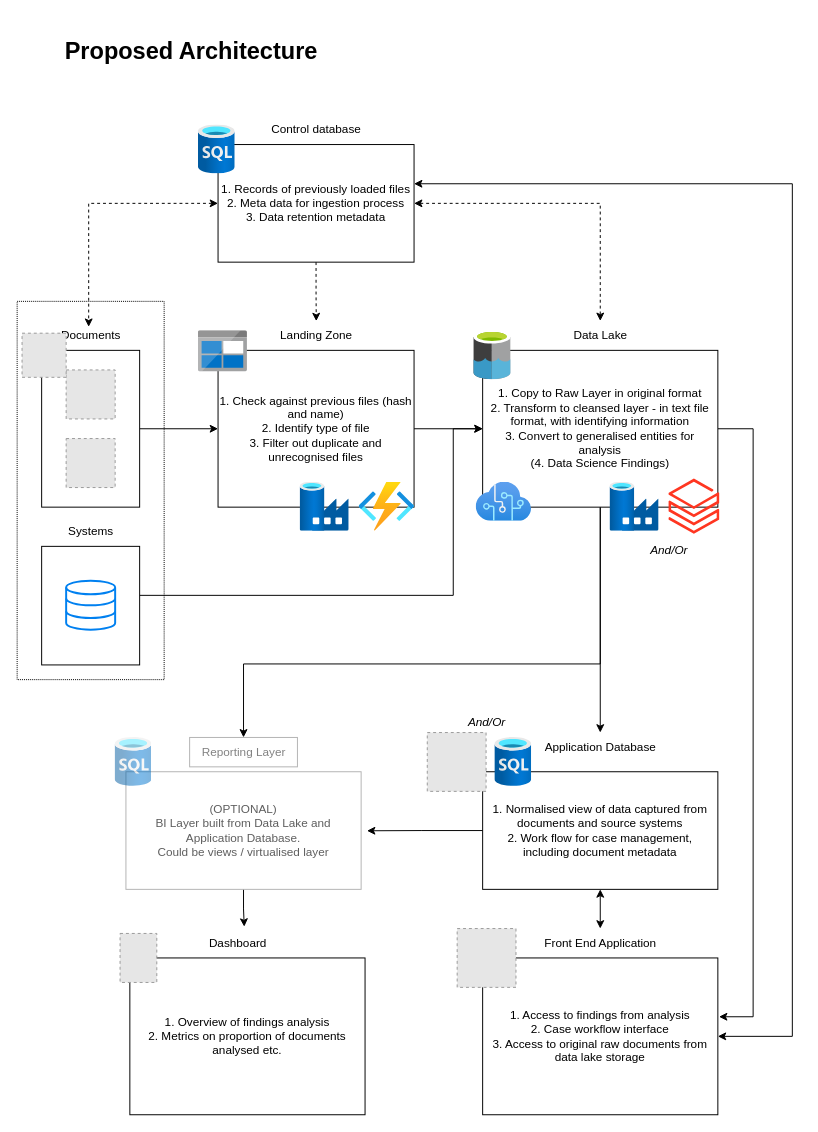
Above: page "Proposed" (2 of 3) of Untitled Diagram.drawio in oliver-wolffe/diagrams (draw.io), before the change. Source tidied: cells renumbered, new cells numbered last; positions are measured from the earlier drawing's top-left corner, leaving out a move shared by most shapes. Both pictures are drawn from the tidied source at 98%, with x=0, y=0 at pixel (17, 17). Pictures stored in the file or linked from it are replaced by grey dashed boxes.
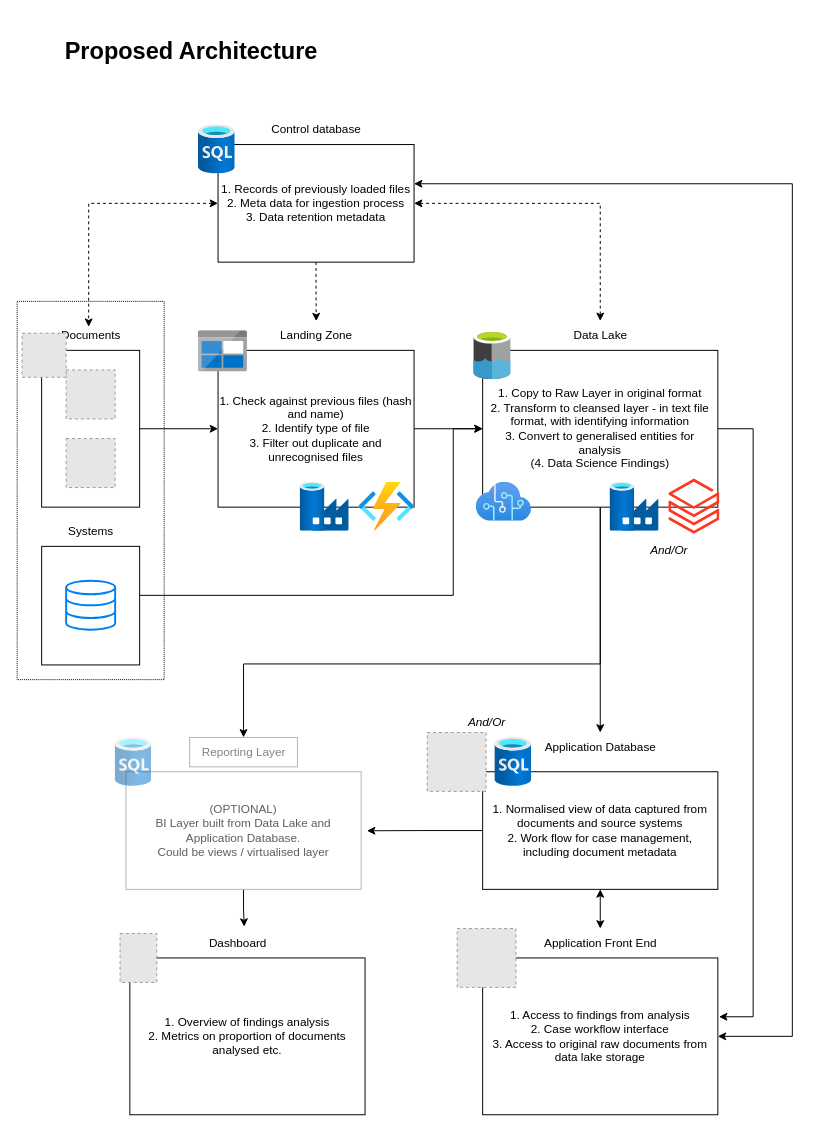
The same page after the edit.

What changed in the source:
```diff
@@
-    <mxCell id="42" value="Front End Application" style="text;html=1;align=center;verticalAlign=middle;points=[];strokeColor=none;fillColor=none;" parent="1" vertex="1">
+    <mxCell id="42" value="Application Front End" style="text;html=1;align=center;verticalAlign=middle;points=[];strokeColor=none;fillColor=none;" parent="1" vertex="1">
       <mxGeometry x="525" y="930" width="140" height="30" as="geometry" />
     </mxCell>
```
